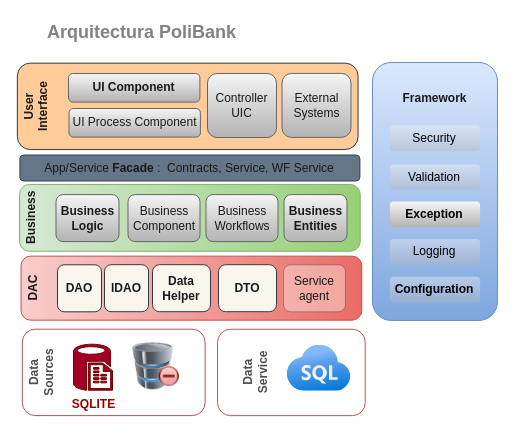
Earlier version of the draw.io diagram design/DiagramaArquitectura.drawio (Jhairzp27/Proyecto-final-grupo-4). Source tidied: cells renumbered, new cells numbered last; positions are measured from the earlier drawing's top-left corner, leaving out a move shared by most shapes. Both pictures are drawn from the tidied source at 100%, with x=0, y=0 at pixel (19, -64).
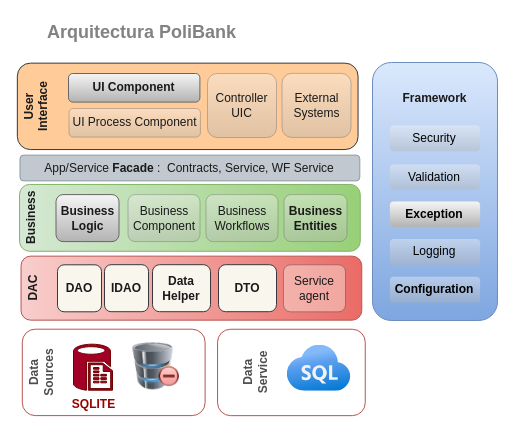
The same page after the edit.

Diff of the diagram source:
```diff
@@
-    <mxCell id="15" value="&lt;font color=&quot;#1a1a1a&quot;&gt;&lt;b&gt;Business Entities&lt;/b&gt;&lt;/font&gt;" style="rounded=1;whiteSpace=wrap;html=1;fillColor=#f5f5f5;strokeColor=#666666;gradientColor=#b3b3b3;" parent="1" vertex="1">
+    <mxCell id="15" value="&lt;font color=&quot;#1a1a1a&quot;&gt;&lt;b&gt;Business Entities&lt;/b&gt;&lt;/font&gt;" style="rounded=1;whiteSpace=wrap;html=1;fillColor=#f5f5f5;strokeColor=#666666;gradientColor=#b3b3b3;opacity=40;" parent="1" vertex="1">
       <mxGeometry x="264.5" y="258.1" width="63" height="47" as="geometry" />
     </mxCell>
-    <mxCell id="16" value="&lt;font color=&quot;#1a1a1a&quot;&gt;Business Component&lt;/font&gt;" style="rounded=1;whiteSpace=wrap;html=1;fillColor=#f5f5f5;strokeColor=#666666;gradientColor=#b3b3b3;" parent="1" vertex="1">
+    <mxCell id="16" value="&lt;font color=&quot;#1a1a1a&quot;&gt;Business Component&lt;/font&gt;" style="rounded=1;whiteSpace=wrap;html=1;fillColor=#f5f5f5;strokeColor=#666666;gradientColor=#b3b3b3;opacity=40;" parent="1" vertex="1">
       <mxGeometry x="108.5" y="258.1" width="72" height="47" as="geometry" />
     </mxCell>
-    <mxCell id="17" value="&lt;font color=&quot;#1a1a1a&quot;&gt;Business Workflows&lt;/font&gt;" style="rounded=1;whiteSpace=wrap;html=1;fillColor=#f5f5f5;strokeColor=#666666;gradientColor=#b3b3b3;" parent="1" vertex="1">
+    <mxCell id="17" value="&lt;font color=&quot;#1a1a1a&quot;&gt;Business Workflows&lt;/font&gt;" style="rounded=1;whiteSpace=wrap;html=1;fillColor=#f5f5f5;strokeColor=#666666;gradientColor=#b3b3b3;opacity=40;" parent="1" vertex="1">
       <mxGeometry x="186.5" y="258.1" width="72" height="47" as="geometry" />
     </mxCell>
-    <mxCell id="18" value="&lt;font color=&quot;#1a1a1a&quot;&gt;App/Service &lt;b&gt;Facade &lt;/b&gt;:&amp;nbsp; Contracts, Service, WF Service&lt;/font&gt;" style="rounded=1;whiteSpace=wrap;html=1;fillColor=#647687;strokeColor=#314354;fontColor=#ffffff;" parent="1" vertex="1">
+    <mxCell id="18" value="&lt;font color=&quot;#1a1a1a&quot;&gt;App/Service &lt;b&gt;Facade &lt;/b&gt;:&amp;nbsp; Contracts, Service, WF Service&lt;/font&gt;" style="rounded=1;whiteSpace=wrap;html=1;fillColor=#647687;strokeColor=#314354;fontColor=#ffffff;opacity=40;" parent="1" vertex="1">
       <mxGeometry x="0.4" y="218.5" width="340" height="26" as="geometry" />
     </mxCell>
@@
-    <mxCell id="22" value="&lt;span style=&quot;color: rgb(26, 26, 26);&quot;&gt;UI Process Component&lt;/span&gt;" style="rounded=1;whiteSpace=wrap;html=1;fillColor=#f5f5f5;strokeColor=#666666;gradientColor=#b3b3b3;" parent="1" vertex="1">
+    <mxCell id="22" value="&lt;span style=&quot;color: rgb(26, 26, 26);&quot;&gt;UI Process Component&lt;/span&gt;" style="rounded=1;whiteSpace=wrap;html=1;fillColor=#f5f5f5;strokeColor=#666666;gradientColor=#b3b3b3;opacity=40;" parent="1" vertex="1">
       <mxGeometry x="49.5" y="172" width="131.4" height="28.6" as="geometry" />
     </mxCell>
@@
-    <mxCell id="24" value="&lt;span style=&quot;color: rgb(26, 26, 26);&quot;&gt;Controller&lt;br&gt;UIC&lt;br&gt;&lt;/span&gt;" style="rounded=1;whiteSpace=wrap;html=1;fillColor=#f5f5f5;strokeColor=#666666;gradientColor=#b3b3b3;" parent="1" vertex="1">
+    <mxCell id="24" value="&lt;span style=&quot;color: rgb(26, 26, 26);&quot;&gt;Controller&lt;br&gt;UIC&lt;br&gt;&lt;/span&gt;" style="rounded=1;whiteSpace=wrap;html=1;fillColor=#f5f5f5;strokeColor=#666666;gradientColor=#b3b3b3;opacity=40;" parent="1" vertex="1">
       <mxGeometry x="188" y="137" width="69" height="64" as="geometry" />
     </mxCell>
-    <mxCell id="25" value="&lt;span style=&quot;color: rgb(26, 26, 26);&quot;&gt;External&lt;br&gt;Systems&lt;br&gt;&lt;/span&gt;" style="rounded=1;whiteSpace=wrap;html=1;fillColor=#f5f5f5;strokeColor=#666666;gradientColor=#b3b3b3;" parent="1" vertex="1">
+    <mxCell id="25" value="&lt;span style=&quot;color: rgb(26, 26, 26);&quot;&gt;External&lt;br&gt;Systems&lt;br&gt;&lt;/span&gt;" style="rounded=1;whiteSpace=wrap;html=1;fillColor=#f5f5f5;strokeColor=#666666;gradientColor=#b3b3b3;opacity=40;" parent="1" vertex="1">
       <mxGeometry x="262.5" y="136.9" width="69" height="64" as="geometry" />
     </mxCell>
```
